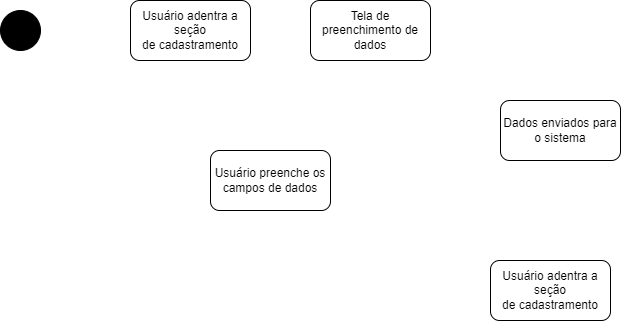
The draw.io diagram diagrama_atividades_cadastro.png in ThePlano/Projeto-CC5511---ENGENHARIA-DE-SOFTWARE, before a commit. Source tidied: cells renumbered, new cells last; positions are measured from the earlier drawing's top-left corner, leaving out a move shared by most shapes. Source of this version:
```xml
<mxGraphModel>
  <root>
    <mxCell id="0" />
    <mxCell id="1" parent="0" />
    <mxCell id="2" style="ellipse;whiteSpace=wrap;html=1;fillColor=#000000;" parent="1" vertex="1">
      <mxGeometry y="10" width="40" height="40" as="geometry" />
    </mxCell>
    <mxCell id="3" value="Usuário adentra a seção&lt;div&gt;de cadastramento&lt;/div&gt;" style="rounded=1;whiteSpace=wrap;html=1;" parent="1" vertex="1">
      <mxGeometry x="130" width="120" height="60" as="geometry" />
    </mxCell>
    <mxCell id="4" value="Tela de preenchimento de dados" style="rounded=1;whiteSpace=wrap;html=1;" parent="1" vertex="1">
      <mxGeometry x="310" width="120" height="60" as="geometry" />
    </mxCell>
    <mxCell id="5" value="Usuário preenche os campos de dados" style="rounded=1;whiteSpace=wrap;html=1;" parent="1" vertex="1">
      <mxGeometry x="210" y="150" width="120" height="60" as="geometry" />
    </mxCell>
    <mxCell id="6" value="Dados enviados para o sistema" style="rounded=1;whiteSpace=wrap;html=1;" parent="1" vertex="1">
      <mxGeometry x="500" y="100" width="120" height="60" as="geometry" />
    </mxCell>
    <mxCell id="7" value="Usuário adentra a seção&lt;div&gt;de cadastramento&lt;/div&gt;" style="rounded=1;whiteSpace=wrap;html=1;" parent="1" vertex="1">
      <mxGeometry x="490" y="260" width="120" height="60" as="geometry" />
    </mxCell>
  </root>
</mxGraphModel>
```
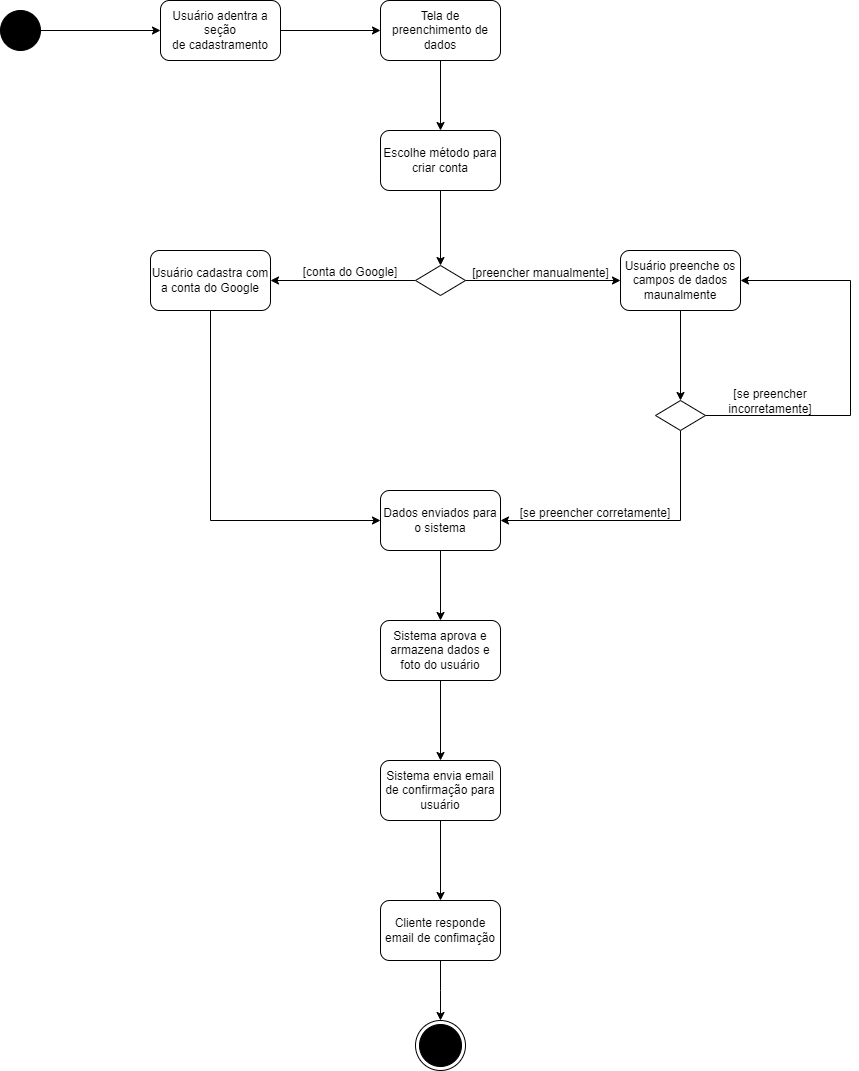
Above is the later version.

Change to the diagram source:
```diff
@@ -2,23 +2,113 @@
   <root>
     <mxCell id="0" />
     <mxCell id="1" parent="0" />
+    <mxCell id="8" style="edgeStyle=orthogonalEdgeStyle;rounded=0;jettySize=auto;html=1;entryX=0;entryY=0.5;entryDx=0;entryDy=0;" parent="1" edge="1" source="2" target="3">
+      <mxGeometry relative="1" as="geometry" />
+    </mxCell>
     <mxCell id="2" style="ellipse;whiteSpace=wrap;html=1;fillColor=#000000;" parent="1" vertex="1">
-      <mxGeometry y="10" width="40" height="40" as="geometry" />
+      <mxGeometry x="-30" y="10" width="40" height="40" as="geometry" />
     </mxCell>
+    <mxCell id="9" style="edgeStyle=orthogonalEdgeStyle;rounded=0;jettySize=auto;html=1;entryX=0;entryY=0.5;entryDx=0;entryDy=0;" parent="1" edge="1" source="3" target="4">
+      <mxGeometry relative="1" as="geometry" />
+    </mxCell>
     <mxCell id="3" value="Usuário adentra a seção&lt;div&gt;de cadastramento&lt;/div&gt;" style="rounded=1;whiteSpace=wrap;html=1;" parent="1" vertex="1">
       <mxGeometry x="130" width="120" height="60" as="geometry" />
     </mxCell>
+    <mxCell id="10" style="edgeStyle=orthogonalEdgeStyle;rounded=0;jettySize=auto;html=1;entryX=0.5;entryY=0;entryDx=0;entryDy=0;" parent="1" edge="1" source="4" target="20">
+      <mxGeometry relative="1" as="geometry" />
+    </mxCell>
     <mxCell id="4" value="Tela de preenchimento de dados" style="rounded=1;whiteSpace=wrap;html=1;" parent="1" vertex="1">
-      <mxGeometry x="310" width="120" height="60" as="geometry" />
+      <mxGeometry x="350" width="120" height="60" as="geometry" />
     </mxCell>
+    <mxCell id="11" style="edgeStyle=orthogonalEdgeStyle;rounded=0;jettySize=auto;html=1;entryX=0.5;entryY=0;entryDx=0;entryDy=0;" parent="1" edge="1" source="5" target="27">
+      <mxGeometry relative="1" as="geometry" />
+    </mxCell>
-    <mxCell id="5" value="Usuário preenche os campos de dados" style="rounded=1;whiteSpace=wrap;html=1;" parent="1" vertex="1">
-      <mxGeometry x="210" y="150" width="120" height="60" as="geometry" />
+    <mxCell id="5" value="Usuário preenche os campos de dados maunalmente" style="rounded=1;whiteSpace=wrap;html=1;" parent="1" vertex="1">
+      <mxGeometry x="590" y="250" width="120" height="60" as="geometry" />
     </mxCell>
+    <mxCell id="12" style="edgeStyle=orthogonalEdgeStyle;rounded=0;jettySize=auto;html=1;entryX=0.5;entryY=0;entryDx=0;entryDy=0;" parent="1" edge="1" source="6" target="7">
+      <mxGeometry relative="1" as="geometry" />
+    </mxCell>
     <mxCell id="6" value="Dados enviados para o sistema" style="rounded=1;whiteSpace=wrap;html=1;" parent="1" vertex="1">
-      <mxGeometry x="500" y="100" width="120" height="60" as="geometry" />
+      <mxGeometry x="350" y="490" width="120" height="60" as="geometry" />
     </mxCell>
+    <mxCell id="13" style="edgeStyle=orthogonalEdgeStyle;rounded=0;jettySize=auto;html=1;entryX=0.5;entryY=0;entryDx=0;entryDy=0;" parent="1" edge="1" source="7" target="22">
+      <mxGeometry relative="1" as="geometry" />
+    </mxCell>
-    <mxCell id="7" value="Usuário adentra a seção&lt;div&gt;de cadastramento&lt;/div&gt;" style="rounded=1;whiteSpace=wrap;html=1;" parent="1" vertex="1">
-      <mxGeometry x="490" y="260" width="120" height="60" as="geometry" />
+    <mxCell id="7" value="Sistema aprova e armazena dados e foto do usuário" style="rounded=1;whiteSpace=wrap;html=1;" parent="1" vertex="1">
+      <mxGeometry x="350" y="620" width="120" height="60" as="geometry" />
     </mxCell>
+    <mxCell id="14" style="edgeStyle=orthogonalEdgeStyle;rounded=0;jettySize=auto;html=1;entryX=1;entryY=0.5;entryDx=0;entryDy=0;" parent="1" edge="1" source="16" target="18">
+      <mxGeometry relative="1" as="geometry" />
+    </mxCell>
+    <mxCell id="15" style="edgeStyle=orthogonalEdgeStyle;rounded=0;jettySize=auto;html=1;entryX=0;entryY=0.5;entryDx=0;entryDy=0;" parent="1" edge="1" source="16" target="5">
+      <mxGeometry relative="1" as="geometry" />
+    </mxCell>
+    <mxCell id="16" style="rhombus;whiteSpace=wrap;html=1;" parent="1" vertex="1">
+      <mxGeometry x="385" y="265" width="50" height="30" as="geometry" />
+    </mxCell>
+    <mxCell id="17" style="edgeStyle=orthogonalEdgeStyle;rounded=0;jettySize=auto;html=1;entryX=0;entryY=0.5;entryDx=0;entryDy=0;" parent="1" edge="1" source="18" target="6">
+      <mxGeometry relative="1" as="geometry">
+        <Array as="points">
+          <mxPoint x="180" y="520" />
+        </Array>
+      </mxGeometry>
+    </mxCell>
+    <mxCell id="18" value="Usuário cadastra com a conta do Google" style="rounded=1;whiteSpace=wrap;html=1;" parent="1" vertex="1">
+      <mxGeometry x="120" y="250" width="120" height="60" as="geometry" />
+    </mxCell>
+    <mxCell id="19" style="edgeStyle=orthogonalEdgeStyle;rounded=0;jettySize=auto;html=1;entryX=0.5;entryY=0;entryDx=0;entryDy=0;" parent="1" edge="1" source="20" target="16">
+      <mxGeometry relative="1" as="geometry" />
+    </mxCell>
+    <mxCell id="20" value="Escolhe método para criar conta" style="rounded=1;whiteSpace=wrap;html=1;" parent="1" vertex="1">
+      <mxGeometry x="350" y="130" width="120" height="60" as="geometry" />
+    </mxCell>
+    <mxCell id="21" style="edgeStyle=orthogonalEdgeStyle;rounded=0;jettySize=auto;html=1;entryX=0.5;entryY=0;entryDx=0;entryDy=0;" parent="1" edge="1" source="22" target="24">
+      <mxGeometry relative="1" as="geometry" />
+    </mxCell>
+    <mxCell id="22" value="Sistema envia email de confirmação para usuário" style="rounded=1;whiteSpace=wrap;html=1;" parent="1" vertex="1">
+      <mxGeometry x="350" y="760" width="120" height="60" as="geometry" />
+    </mxCell>
+    <mxCell id="23" style="edgeStyle=orthogonalEdgeStyle;rounded=0;jettySize=auto;html=1;" parent="1" edge="1" source="24">
+      <mxGeometry relative="1" as="geometry">
+        <mxPoint x="410" y="1020" as="targetPoint" />
+      </mxGeometry>
+    </mxCell>
+    <mxCell id="24" value="Cliente responde email de confimação" style="rounded=1;whiteSpace=wrap;html=1;" parent="1" vertex="1">
+      <mxGeometry x="350" y="900" width="120" height="60" as="geometry" />
+    </mxCell>
+    <mxCell id="25" style="edgeStyle=orthogonalEdgeStyle;rounded=0;jettySize=auto;html=1;entryX=1;entryY=0.5;entryDx=0;entryDy=0;" parent="1" edge="1" source="27" target="6">
+      <mxGeometry relative="1" as="geometry">
+        <Array as="points">
+          <mxPoint x="650" y="520" />
+        </Array>
+      </mxGeometry>
+    </mxCell>
+    <mxCell id="26" style="edgeStyle=orthogonalEdgeStyle;rounded=0;jettySize=auto;html=1;entryX=1;entryY=0.5;entryDx=0;entryDy=0;" parent="1" edge="1" source="27" target="5">
+      <mxGeometry relative="1" as="geometry">
+        <Array as="points">
+          <mxPoint x="820" y="415" />
+          <mxPoint x="820" y="280" />
+        </Array>
+      </mxGeometry>
+    </mxCell>
+    <mxCell id="27" style="rhombus;whiteSpace=wrap;html=1;" parent="1" vertex="1">
+      <mxGeometry x="625" y="400" width="50" height="30" as="geometry" />
+    </mxCell>
+    <mxCell id="28" value="[se preencher&lt;div&gt;incorretamente]&lt;/div&gt;" style="text;html=1;align=center;verticalAlign=middle;whiteSpace=wrap;rounded=0;" parent="1" vertex="1">
+      <mxGeometry x="680" y="386" width="120" height="30" as="geometry" />
+    </mxCell>
+    <mxCell id="29" value="[conta do Google]" style="text;html=1;align=center;verticalAlign=middle;whiteSpace=wrap;rounded=0;" parent="1" vertex="1">
+      <mxGeometry x="265" y="257" width="110" height="30" as="geometry" />
+    </mxCell>
+    <mxCell id="30" value="[preencher manualmente]" style="text;html=1;align=center;verticalAlign=middle;whiteSpace=wrap;rounded=0;" parent="1" vertex="1">
+      <mxGeometry x="438" y="258" width="145" height="30" as="geometry" />
+    </mxCell>
+    <mxCell id="31" value="[se preencher corretamente]" style="text;html=1;align=center;verticalAlign=middle;whiteSpace=wrap;rounded=0;" parent="1" vertex="1">
+      <mxGeometry x="482" y="498" width="166" height="30" as="geometry" />
+    </mxCell>
+    <mxCell id="32" style="ellipse;html=1;shape=endState;fillColor=#000000;strokeColor=#000000;" parent="1" vertex="1">
+      <mxGeometry x="385" y="1020" width="50" height="50" as="geometry" />
+    </mxCell>
   </root>
 </mxGraphModel>
```
